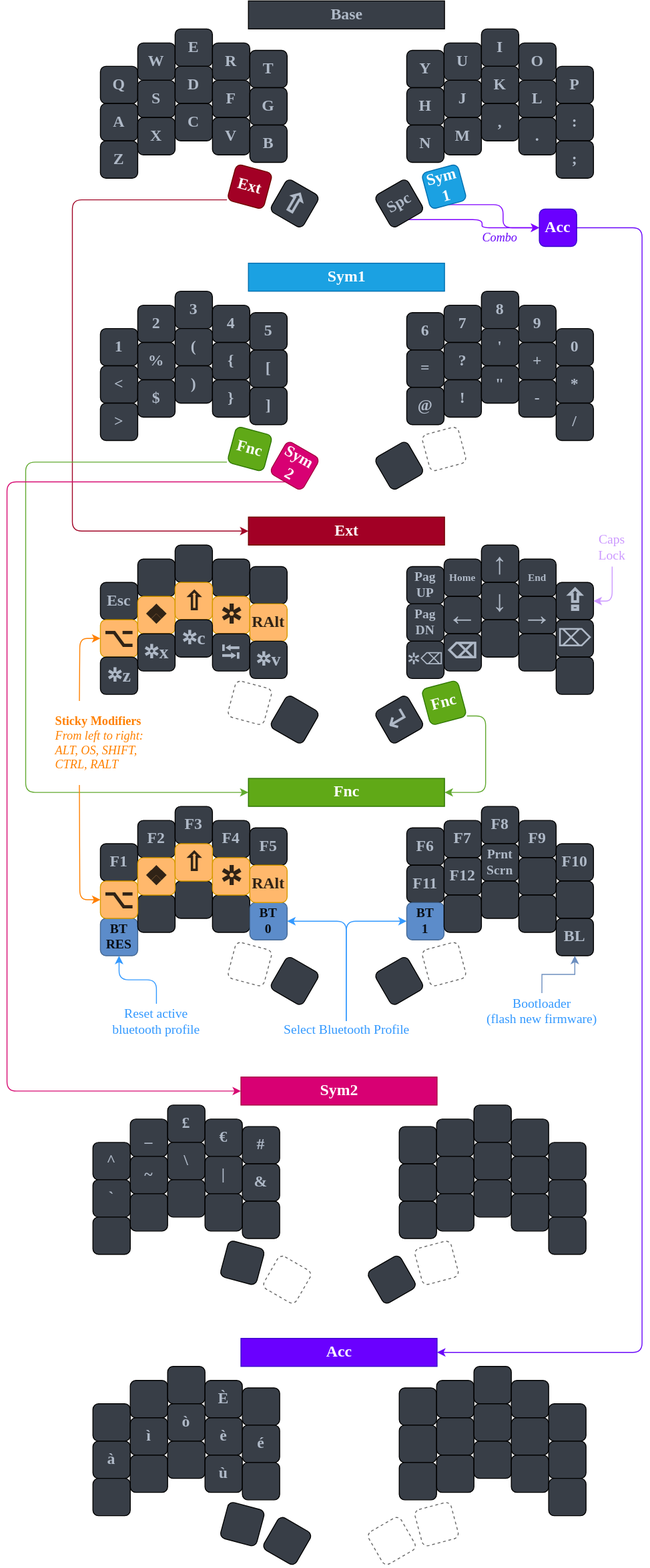
skyferix/zmk-sweep keeps this draw.io diagram as custom.drawio.svg. Above is the earlier version. Source tidied: cells renumbered, new cells last; positions are measured from the earlier drawing's top-left corner, leaving out a move shared by most shapes.
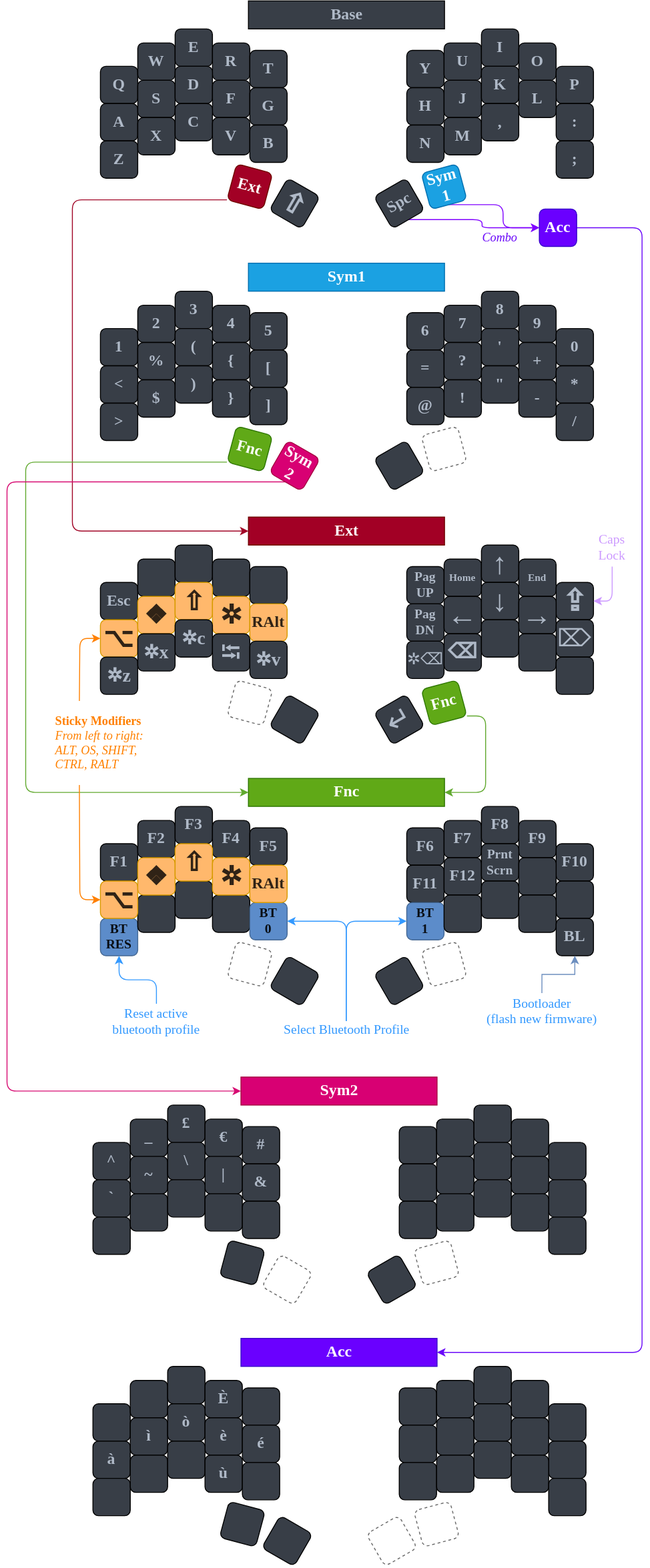
Later version of the same file.

Diff of the diagram source:
```diff
@@ -100,9 +100,6 @@
     <mxCell id="32" value="," style="whiteSpace=wrap;html=1;fontSize=17;fontFamily=Verdana;fontStyle=1;fontColor=#AFB9C7;fillColor=#383E47;rounded=1;" parent="1" vertex="1">
       <mxGeometry x="508" y="110" width="40" height="40" as="geometry" />
     </mxCell>
-    <mxCell id="33" value="." style="whiteSpace=wrap;html=1;fontSize=17;fontFamily=Verdana;fontStyle=1;fontColor=#AFB9C7;fillColor=#383E47;rounded=1;" parent="1" vertex="1">
-      <mxGeometry x="548" y="125" width="40" height="40" as="geometry" />
-    </mxCell>
     <mxCell id="34" value=";" style="whiteSpace=wrap;html=1;fontSize=17;fontFamily=Verdana;fontStyle=1;fontColor=#AFB9C7;fillColor=#383E47;rounded=1;" parent="1" vertex="1">
       <mxGeometry x="588" y="150" width="40" height="40" as="geometry" />
     </mxCell>
```
